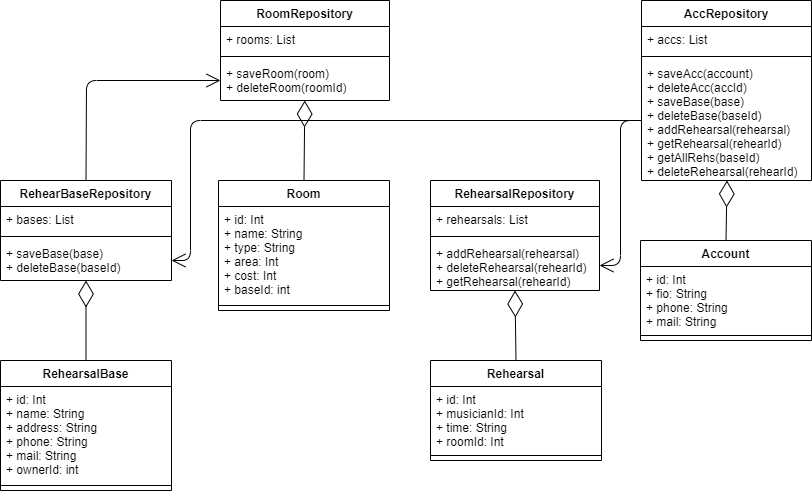
This is diagrams/UML_DAL.png from aavortep/SWD, a draw.io export, as it was before one commit. Source tidied: cells renumbered, new cells last; positions are measured from the earlier drawing's top-left corner, leaving out a move shared by most shapes. Source of this version:
```xml
<mxGraphModel>
  <root>
    <mxCell id="0" />
    <mxCell id="1" parent="0" />
    <mxCell id="2" value="RehearBaseRepository" style="swimlane;fontStyle=1;align=center;verticalAlign=top;horizontal=1;startSize=26;" parent="1" vertex="1">
      <mxGeometry y="180" width="171" height="100" as="geometry" />
    </mxCell>
    <mxCell id="3" value="+ bases: List" style="text;strokeColor=none;fillColor=none;align=left;verticalAlign=top;spacingLeft=4;spacingRight=4;overflow=hidden;" parent="2" vertex="1">
      <mxGeometry y="26" width="171" height="26" as="geometry" />
    </mxCell>
    <mxCell id="4" style="line;strokeWidth=1;fillColor=none;align=left;verticalAlign=middle;spacingTop=-1;spacingLeft=3;spacingRight=3;labelPosition=right;" parent="2" vertex="1">
      <mxGeometry y="52" width="171" height="8" as="geometry" />
    </mxCell>
    <mxCell id="5" value="+ saveBase(base)&#10;+ deleteBase(baseId)" style="text;strokeColor=none;fillColor=none;align=left;verticalAlign=top;spacingLeft=4;spacingRight=4;overflow=hidden;points=[[0,0.5],[1,0.5]];portConstraint=eastwest;" parent="2" vertex="1">
      <mxGeometry y="60" width="171" height="40" as="geometry" />
    </mxCell>
    <mxCell id="6" value="RoomRepository" style="swimlane;fontStyle=1;align=center;verticalAlign=top;horizontal=1;startSize=26;" parent="1" vertex="1">
      <mxGeometry x="220" width="169" height="100" as="geometry" />
    </mxCell>
    <mxCell id="7" value="+ rooms: List" style="text;strokeColor=none;fillColor=none;align=left;verticalAlign=top;spacingLeft=4;spacingRight=4;overflow=hidden;" parent="6" vertex="1">
      <mxGeometry y="26" width="169" height="26" as="geometry" />
    </mxCell>
    <mxCell id="8" style="line;strokeWidth=1;fillColor=none;align=left;verticalAlign=middle;spacingTop=-1;spacingLeft=3;spacingRight=3;labelPosition=right;" parent="6" vertex="1">
      <mxGeometry y="52" width="169" height="8" as="geometry" />
    </mxCell>
    <mxCell id="9" value="+ saveRoom(room)&#10;+ deleteRoom(roomId)" style="text;strokeColor=none;fillColor=none;align=left;verticalAlign=top;spacingLeft=4;spacingRight=4;overflow=hidden;points=[[0,0.5],[1,0.5]];portConstraint=eastwest;" parent="6" vertex="1">
      <mxGeometry y="60" width="169" height="40" as="geometry" />
    </mxCell>
    <mxCell id="10" value="RehearsalRepository" style="swimlane;fontStyle=1;align=center;verticalAlign=top;horizontal=1;startSize=26;" parent="1" vertex="1">
      <mxGeometry x="430" y="180" width="169" height="110" as="geometry" />
    </mxCell>
    <mxCell id="11" value="+ rehearsals: List" style="text;strokeColor=none;fillColor=none;align=left;verticalAlign=top;spacingLeft=4;spacingRight=4;overflow=hidden;" parent="10" vertex="1">
      <mxGeometry y="26" width="169" height="26" as="geometry" />
    </mxCell>
    <mxCell id="12" style="line;strokeWidth=1;fillColor=none;align=left;verticalAlign=middle;spacingTop=-1;spacingLeft=3;spacingRight=3;labelPosition=right;" parent="10" vertex="1">
      <mxGeometry y="52" width="169" height="8" as="geometry" />
    </mxCell>
    <mxCell id="13" value="+ addRehearsal(rehearsal)&#10;+ deleteRehearsal(rehearId)&#10;+ getRehearsal(rehearId)" style="text;strokeColor=none;fillColor=none;align=left;verticalAlign=top;spacingLeft=4;spacingRight=4;overflow=hidden;points=[[0,0.5],[1,0.5]];portConstraint=eastwest;" parent="10" vertex="1">
      <mxGeometry y="60" width="169" height="50" as="geometry" />
    </mxCell>
    <mxCell id="14" value="AccRepository" style="swimlane;fontStyle=1;align=center;verticalAlign=top;horizontal=1;startSize=26;" parent="1" vertex="1">
      <mxGeometry x="641" width="170" height="180" as="geometry" />
    </mxCell>
    <mxCell id="15" value="+ accs: List" style="text;strokeColor=none;fillColor=none;align=left;verticalAlign=top;spacingLeft=4;spacingRight=4;overflow=hidden;" parent="14" vertex="1">
      <mxGeometry y="26" width="170" height="26" as="geometry" />
    </mxCell>
    <mxCell id="16" style="line;strokeWidth=1;fillColor=none;align=left;verticalAlign=middle;spacingTop=-1;spacingLeft=3;spacingRight=3;labelPosition=right;" parent="14" vertex="1">
      <mxGeometry y="52" width="170" height="8" as="geometry" />
    </mxCell>
    <mxCell id="17" value="+ saveAcc(account)&#10;+ deleteAcc(accId)&#10;+ saveBase(base)&#10;+ deleteBase(baseId)&#10;+ addRehearsal(rehearsal)&#10;+ getRehearsal(rehearId)&#10;+ getAllRehs(baseId)&#10;+ deleteRehearsal(rehearId)" style="text;strokeColor=none;fillColor=none;align=left;verticalAlign=top;spacingLeft=4;spacingRight=4;overflow=hidden;points=[[0,0.5],[1,0.5]];portConstraint=eastwest;" parent="14" vertex="1">
      <mxGeometry y="60" width="170" height="120" as="geometry" />
    </mxCell>
    <mxCell id="18" value="RehearsalBase" style="swimlane;fontStyle=1;align=center;verticalAlign=top;horizontal=1;startSize=26;" parent="1" vertex="1">
      <mxGeometry y="360" width="171" height="130" as="geometry" />
    </mxCell>
    <mxCell id="19" value="+ id: Int&#10;+ name: String&#10;+ address: String&#10;+ phone: String&#10;+ mail: String&#10;+ ownerId: int" style="text;strokeColor=none;fillColor=none;align=left;verticalAlign=top;spacingLeft=4;spacingRight=4;overflow=hidden;" parent="18" vertex="1">
      <mxGeometry y="26" width="171" height="94" as="geometry" />
    </mxCell>
    <mxCell id="20" style="line;strokeWidth=1;fillColor=none;align=left;verticalAlign=middle;spacingTop=-1;spacingLeft=3;spacingRight=3;labelPosition=right;" parent="18" vertex="1">
      <mxGeometry y="120" width="171" height="10" as="geometry" />
    </mxCell>
    <mxCell id="21" style="endArrow=diamondThin;endFill=0;endSize=24;html=1;exitX=0.5;exitY=0;exitDx=0;exitDy=0;" parent="1" edge="1" source="18" target="5">
      <mxGeometry relative="1" as="geometry" />
    </mxCell>
    <mxCell id="22" value="Rehearsal" style="swimlane;fontStyle=1;align=center;verticalAlign=top;horizontal=1;startSize=26;" parent="1" vertex="1">
      <mxGeometry x="430" y="360" width="171" height="100" as="geometry" />
    </mxCell>
    <mxCell id="23" value="+ id: Int&#10;+ musicianId: Int&#10;+ time: String&#10;+ roomId: Int" style="text;strokeColor=none;fillColor=none;align=left;verticalAlign=top;spacingLeft=4;spacingRight=4;overflow=hidden;" parent="22" vertex="1">
      <mxGeometry y="26" width="171" height="64" as="geometry" />
    </mxCell>
    <mxCell id="24" style="line;strokeWidth=1;fillColor=none;align=left;verticalAlign=middle;spacingTop=-1;spacingLeft=3;spacingRight=3;labelPosition=right;" parent="22" vertex="1">
      <mxGeometry y="90" width="171" height="10" as="geometry" />
    </mxCell>
    <mxCell id="25" style="endArrow=diamondThin;endFill=0;endSize=24;html=1;exitX=0.5;exitY=0;exitDx=0;exitDy=0;entryX=0.5;entryY=1;entryDx=0;entryDy=0;" parent="1" edge="1" source="22" target="10">
      <mxGeometry relative="1" as="geometry" />
    </mxCell>
    <mxCell id="26" value="Account" style="swimlane;fontStyle=1;align=center;verticalAlign=top;horizontal=1;startSize=26;" parent="1" vertex="1">
      <mxGeometry x="640" y="240" width="171" height="100" as="geometry" />
    </mxCell>
    <mxCell id="27" value="+ id: Int&#10;+ fio: String&#10;+ phone: String&#10;+ mail: String" style="text;strokeColor=none;fillColor=none;align=left;verticalAlign=top;spacingLeft=4;spacingRight=4;overflow=hidden;" parent="26" vertex="1">
      <mxGeometry y="26" width="171" height="64" as="geometry" />
    </mxCell>
    <mxCell id="28" style="line;strokeWidth=1;fillColor=none;align=left;verticalAlign=middle;spacingTop=-1;spacingLeft=3;spacingRight=3;labelPosition=right;" parent="26" vertex="1">
      <mxGeometry y="90" width="171" height="10" as="geometry" />
    </mxCell>
    <mxCell id="29" style="endArrow=diamondThin;endFill=0;endSize=24;html=1;exitX=0.5;exitY=0;exitDx=0;exitDy=0;entryX=0.503;entryY=1;entryDx=0;entryDy=0;entryPerimeter=0;" parent="1" edge="1" source="26" target="17">
      <mxGeometry relative="1" as="geometry" />
    </mxCell>
    <mxCell id="30" value="Room" style="swimlane;fontStyle=1;align=center;verticalAlign=top;horizontal=1;startSize=26;" parent="1" vertex="1">
      <mxGeometry x="218" y="180" width="171" height="130" as="geometry" />
    </mxCell>
    <mxCell id="31" value="+ id: Int&#10;+ name: String&#10;+ type: String&#10;+ area: Int&#10;+ cost: Int&#10;+ baseId: int" style="text;strokeColor=none;fillColor=none;align=left;verticalAlign=top;spacingLeft=4;spacingRight=4;overflow=hidden;" parent="30" vertex="1">
      <mxGeometry y="26" width="171" height="94" as="geometry" />
    </mxCell>
    <mxCell id="32" style="line;strokeWidth=1;fillColor=none;align=left;verticalAlign=middle;spacingTop=-1;spacingLeft=3;spacingRight=3;labelPosition=right;" parent="30" vertex="1">
      <mxGeometry y="120" width="171" height="10" as="geometry" />
    </mxCell>
    <mxCell id="33" style="endArrow=diamondThin;endFill=0;endSize=24;html=1;exitX=0.5;exitY=0;exitDx=0;exitDy=0;" parent="1" edge="1" source="30" target="9">
      <mxGeometry relative="1" as="geometry" />
    </mxCell>
    <mxCell id="34" style="endArrow=open;endFill=1;endSize=12;html=1;exitX=0.5;exitY=0;exitDx=0;exitDy=0;entryX=0;entryY=0.5;entryDx=0;entryDy=0;" parent="1" edge="1" source="2" target="9">
      <mxGeometry relative="1" as="geometry">
        <Array as="points">
          <mxPoint x="86" y="80" />
        </Array>
      </mxGeometry>
    </mxCell>
    <mxCell id="35" style="endArrow=open;endFill=1;endSize=12;html=1;exitX=0;exitY=0.5;exitDx=0;exitDy=0;entryX=1;entryY=0.5;entryDx=0;entryDy=0;" parent="1" edge="1" source="17" target="5">
      <mxGeometry relative="1" as="geometry">
        <Array as="points">
          <mxPoint x="190" y="120" />
          <mxPoint x="190" y="260" />
        </Array>
      </mxGeometry>
    </mxCell>
    <mxCell id="36" style="endArrow=open;endFill=1;endSize=12;html=1;exitX=0;exitY=0.5;exitDx=0;exitDy=0;entryX=1;entryY=0.5;entryDx=0;entryDy=0;" parent="1" edge="1" source="17" target="13">
      <mxGeometry relative="1" as="geometry">
        <Array as="points">
          <mxPoint x="620" y="120" />
          <mxPoint x="620" y="265" />
        </Array>
      </mxGeometry>
    </mxCell>
  </root>
</mxGraphModel>
```
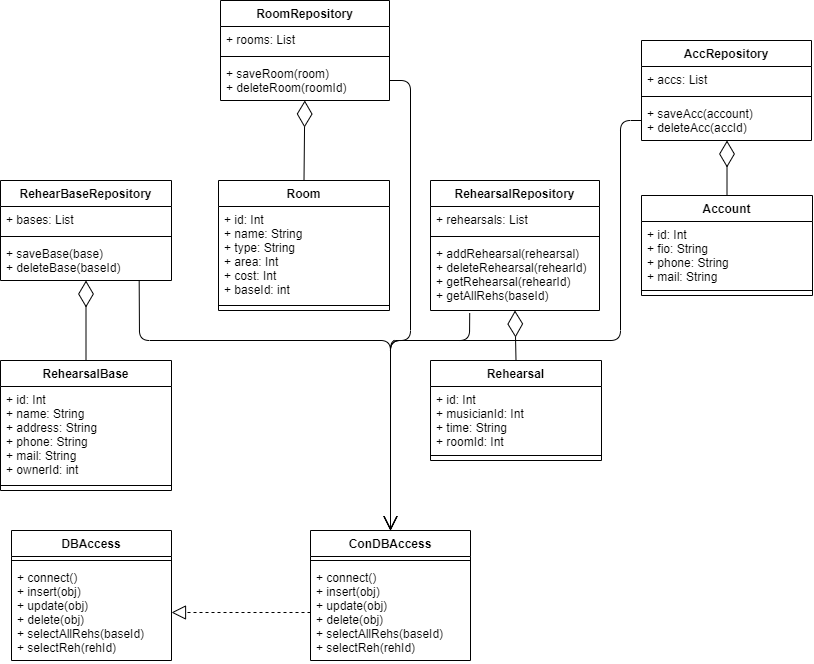
The same diagram one commit later.

The edit, as a diff of the source:
```diff
@@ -27,7 +27,7 @@
       <mxGeometry y="60" width="169" height="40" as="geometry" />
     </mxCell>
     <mxCell id="10" value="RehearsalRepository" style="swimlane;fontStyle=1;align=center;verticalAlign=top;horizontal=1;startSize=26;" parent="1" vertex="1">
-      <mxGeometry x="430" y="180" width="169" height="110" as="geometry" />
+      <mxGeometry x="430" y="180" width="169" height="130" as="geometry" />
     </mxCell>
     <mxCell id="11" value="+ rehearsals: List" style="text;strokeColor=none;fillColor=none;align=left;verticalAlign=top;spacingLeft=4;spacingRight=4;overflow=hidden;" parent="10" vertex="1">
       <mxGeometry y="26" width="169" height="26" as="geometry" />
@@ -35,11 +35,11 @@
     <mxCell id="12" style="line;strokeWidth=1;fillColor=none;align=left;verticalAlign=middle;spacingTop=-1;spacingLeft=3;spacingRight=3;labelPosition=right;" parent="10" vertex="1">
       <mxGeometry y="52" width="169" height="8" as="geometry" />
     </mxCell>
-    <mxCell id="13" value="+ addRehearsal(rehearsal)&#10;+ deleteRehearsal(rehearId)&#10;+ getRehearsal(rehearId)" style="text;strokeColor=none;fillColor=none;align=left;verticalAlign=top;spacingLeft=4;spacingRight=4;overflow=hidden;points=[[0,0.5],[1,0.5]];portConstraint=eastwest;" parent="10" vertex="1">
-      <mxGeometry y="60" width="169" height="50" as="geometry" />
+    <mxCell id="13" value="+ addRehearsal(rehearsal)&#10;+ deleteRehearsal(rehearId)&#10;+ getRehearsal(rehearId)&#10;+ getAllRehs(baseId)" style="text;strokeColor=none;fillColor=none;align=left;verticalAlign=top;spacingLeft=4;spacingRight=4;overflow=hidden;points=[[0,0.5],[1,0.5]];portConstraint=eastwest;" parent="10" vertex="1">
+      <mxGeometry y="60" width="169" height="70" as="geometry" />
     </mxCell>
     <mxCell id="14" value="AccRepository" style="swimlane;fontStyle=1;align=center;verticalAlign=top;horizontal=1;startSize=26;" parent="1" vertex="1">
-      <mxGeometry x="641" width="170" height="180" as="geometry" />
+      <mxGeometry x="641" y="40" width="170" height="100" as="geometry" />
     </mxCell>
     <mxCell id="15" value="+ accs: List" style="text;strokeColor=none;fillColor=none;align=left;verticalAlign=top;spacingLeft=4;spacingRight=4;overflow=hidden;" parent="14" vertex="1">
       <mxGeometry y="26" width="170" height="26" as="geometry" />
@@ -47,8 +47,8 @@
     <mxCell id="16" style="line;strokeWidth=1;fillColor=none;align=left;verticalAlign=middle;spacingTop=-1;spacingLeft=3;spacingRight=3;labelPosition=right;" parent="14" vertex="1">
       <mxGeometry y="52" width="170" height="8" as="geometry" />
     </mxCell>
-    <mxCell id="17" value="+ saveAcc(account)&#10;+ deleteAcc(accId)&#10;+ saveBase(base)&#10;+ deleteBase(baseId)&#10;+ addRehearsal(rehearsal)&#10;+ getRehearsal(rehearId)&#10;+ getAllRehs(baseId)&#10;+ deleteRehearsal(rehearId)" style="text;strokeColor=none;fillColor=none;align=left;verticalAlign=top;spacingLeft=4;spacingRight=4;overflow=hidden;points=[[0,0.5],[1,0.5]];portConstraint=eastwest;" parent="14" vertex="1">
-      <mxGeometry y="60" width="170" height="120" as="geometry" />
+    <mxCell id="17" value="+ saveAcc(account)&#10;+ deleteAcc(accId)" style="text;strokeColor=none;fillColor=none;align=left;verticalAlign=top;spacingLeft=4;spacingRight=4;overflow=hidden;points=[[0,0.5],[1,0.5]];portConstraint=eastwest;" parent="14" vertex="1">
+      <mxGeometry y="60" width="170" height="40" as="geometry" />
     </mxCell>
     <mxCell id="18" value="RehearsalBase" style="swimlane;fontStyle=1;align=center;verticalAlign=top;horizontal=1;startSize=26;" parent="1" vertex="1">
       <mxGeometry y="360" width="171" height="130" as="geometry" />
@@ -75,7 +75,7 @@
       <mxGeometry relative="1" as="geometry" />
     </mxCell>
     <mxCell id="26" value="Account" style="swimlane;fontStyle=1;align=center;verticalAlign=top;horizontal=1;startSize=26;" parent="1" vertex="1">
-      <mxGeometry x="640" y="240" width="171" height="100" as="geometry" />
+      <mxGeometry x="641" y="195" width="171" height="100" as="geometry" />
     </mxCell>
     <mxCell id="27" value="+ id: Int&#10;+ fio: String&#10;+ phone: String&#10;+ mail: String" style="text;strokeColor=none;fillColor=none;align=left;verticalAlign=top;spacingLeft=4;spacingRight=4;overflow=hidden;" parent="26" vertex="1">
       <mxGeometry y="26" width="171" height="64" as="geometry" />
@@ -98,28 +98,60 @@
     <mxCell id="33" style="endArrow=diamondThin;endFill=0;endSize=24;html=1;exitX=0.5;exitY=0;exitDx=0;exitDy=0;" parent="1" edge="1" source="30" target="9">
       <mxGeometry relative="1" as="geometry" />
     </mxCell>
-    <mxCell id="34" style="endArrow=open;endFill=1;endSize=12;html=1;exitX=0.5;exitY=0;exitDx=0;exitDy=0;entryX=0;entryY=0.5;entryDx=0;entryDy=0;" parent="1" edge="1" source="2" target="9">
-      <mxGeometry relative="1" as="geometry">
-        <Array as="points">
-          <mxPoint x="86" y="80" />
-        </Array>
-      </mxGeometry>
-    </mxCell>
-    <mxCell id="35" style="endArrow=open;endFill=1;endSize=12;html=1;exitX=0;exitY=0.5;exitDx=0;exitDy=0;entryX=1;entryY=0.5;entryDx=0;entryDy=0;" parent="1" edge="1" source="17" target="5">
-      <mxGeometry relative="1" as="geometry">
-        <Array as="points">
-          <mxPoint x="190" y="120" />
-          <mxPoint x="190" y="260" />
-        </Array>
-      </mxGeometry>
-    </mxCell>
-    <mxCell id="36" style="endArrow=open;endFill=1;endSize=12;html=1;exitX=0;exitY=0.5;exitDx=0;exitDy=0;entryX=1;entryY=0.5;entryDx=0;entryDy=0;" parent="1" edge="1" source="17" target="13">
-      <mxGeometry relative="1" as="geometry">
-        <Array as="points">
-          <mxPoint x="620" y="120" />
-          <mxPoint x="620" y="265" />
-        </Array>
-      </mxGeometry>
-    </mxCell>
+    <mxCell id="37" value="DBAccess" style="swimlane;fontStyle=1;align=center;verticalAlign=top;horizontal=1;startSize=26;" parent="1" vertex="1">
+      <mxGeometry x="11" y="530" width="160" height="130" as="geometry" />
+    </mxCell>
+    <mxCell id="38" style="line;strokeWidth=1;fillColor=none;align=left;verticalAlign=middle;spacingTop=-1;spacingLeft=3;spacingRight=3;labelPosition=right;" parent="37" vertex="1">
+      <mxGeometry y="26" width="160" height="8" as="geometry" />
+    </mxCell>
+    <mxCell id="39" value="+ connect()&#10;+ insert(obj)&#10;+ update(obj)&#10;+ delete(obj)&#10;+ selectAllRehs(baseId)&#10;+ selectReh(rehId)" style="text;strokeColor=none;fillColor=none;align=left;verticalAlign=top;spacingLeft=4;spacingRight=4;overflow=hidden;points=[[0,0.5],[1,0.5]];portConstraint=eastwest;" parent="37" vertex="1">
+      <mxGeometry y="34" width="160" height="96" as="geometry" />
+    </mxCell>
+    <mxCell id="40" value="ConDBAccess" style="swimlane;fontStyle=1;align=center;verticalAlign=top;horizontal=1;startSize=26;" parent="1" vertex="1">
+      <mxGeometry x="310" y="530" width="160" height="130" as="geometry" />
+    </mxCell>
+    <mxCell id="41" style="line;strokeWidth=1;fillColor=none;align=left;verticalAlign=middle;spacingTop=-1;spacingLeft=3;spacingRight=3;labelPosition=right;" parent="40" vertex="1">
+      <mxGeometry y="26" width="160" height="8" as="geometry" />
+    </mxCell>
+    <mxCell id="42" value="+ connect()&#10;+ insert(obj)&#10;+ update(obj)&#10;+ delete(obj)&#10;+ selectAllRehs(baseId)&#10;+ selectReh(rehId)" style="text;strokeColor=none;fillColor=none;align=left;verticalAlign=top;spacingLeft=4;spacingRight=4;overflow=hidden;points=[[0,0.5],[1,0.5]];portConstraint=eastwest;" parent="40" vertex="1">
+      <mxGeometry y="34" width="160" height="96" as="geometry" />
+    </mxCell>
+    <mxCell id="43" style="endArrow=block;dashed=1;endFill=0;endSize=12;html=1;exitX=0;exitY=0.5;exitDx=0;exitDy=0;entryX=1;entryY=0.5;entryDx=0;entryDy=0;" parent="1" edge="1" source="42" target="39">
+      <mxGeometry relative="1" as="geometry" />
+    </mxCell>
+    <mxCell id="44" style="endArrow=open;endFill=1;endSize=12;html=1;exitX=0.811;exitY=1.012;exitDx=0;exitDy=0;exitPerimeter=0;entryX=0.5;entryY=0;entryDx=0;entryDy=0;" parent="1" edge="1" source="5" target="40">
+      <mxGeometry relative="1" as="geometry">
+        <Array as="points">
+          <mxPoint x="139" y="340" />
+          <mxPoint x="390" y="340" />
+        </Array>
+      </mxGeometry>
+    </mxCell>
+    <mxCell id="45" style="endArrow=open;endFill=1;endSize=12;html=1;exitX=0.232;exitY=1.038;exitDx=0;exitDy=0;exitPerimeter=0;entryX=0.5;entryY=0;entryDx=0;entryDy=0;" parent="1" edge="1" source="13" target="40">
+      <mxGeometry relative="1" as="geometry">
+        <Array as="points">
+          <mxPoint x="469" y="340" />
+          <mxPoint x="390" y="340" />
+        </Array>
+      </mxGeometry>
+    </mxCell>
+    <mxCell id="46" style="endArrow=open;endFill=1;endSize=12;html=1;exitX=0;exitY=0.5;exitDx=0;exitDy=0;entryX=0.5;entryY=0;entryDx=0;entryDy=0;" parent="1" edge="1" source="17" target="40">
+      <mxGeometry relative="1" as="geometry">
+        <Array as="points">
+          <mxPoint x="620" y="120" />
+          <mxPoint x="620" y="340" />
+          <mxPoint x="390" y="340" />
+        </Array>
+      </mxGeometry>
+    </mxCell>
+    <mxCell id="47" style="endArrow=open;endFill=1;endSize=12;html=1;exitX=1;exitY=0.5;exitDx=0;exitDy=0;entryX=0.5;entryY=0;entryDx=0;entryDy=0;" parent="1" edge="1" source="9" target="40">
+      <mxGeometry relative="1" as="geometry">
+        <Array as="points">
+          <mxPoint x="410" y="80" />
+          <mxPoint x="410" y="340" />
+          <mxPoint x="390" y="340" />
+        </Array>
+      </mxGeometry>
+    </mxCell>
   </root>
 </mxGraphModel>
```
